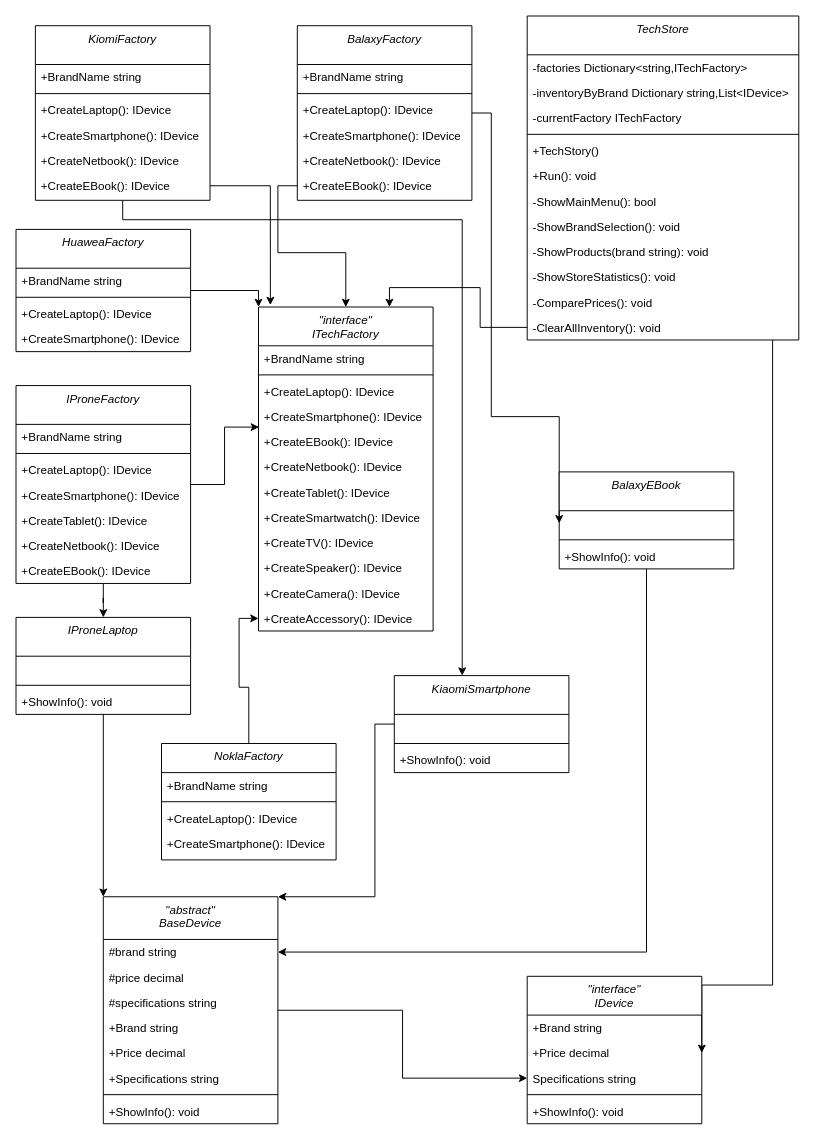
Before: lab-2/task-2/Діаграма для 2 завдання.drawio in Viktor-pixel-scet/Software-design-and-development, a draw.io diagram. Source tidied: cells renumbered, new cells numbered last; positions are measured from the earlier drawing's top-left corner, leaving out a move shared by most shapes. Both pictures are drawn from the tidied source at 97%, with x=0, y=0 at pixel (16, 16).
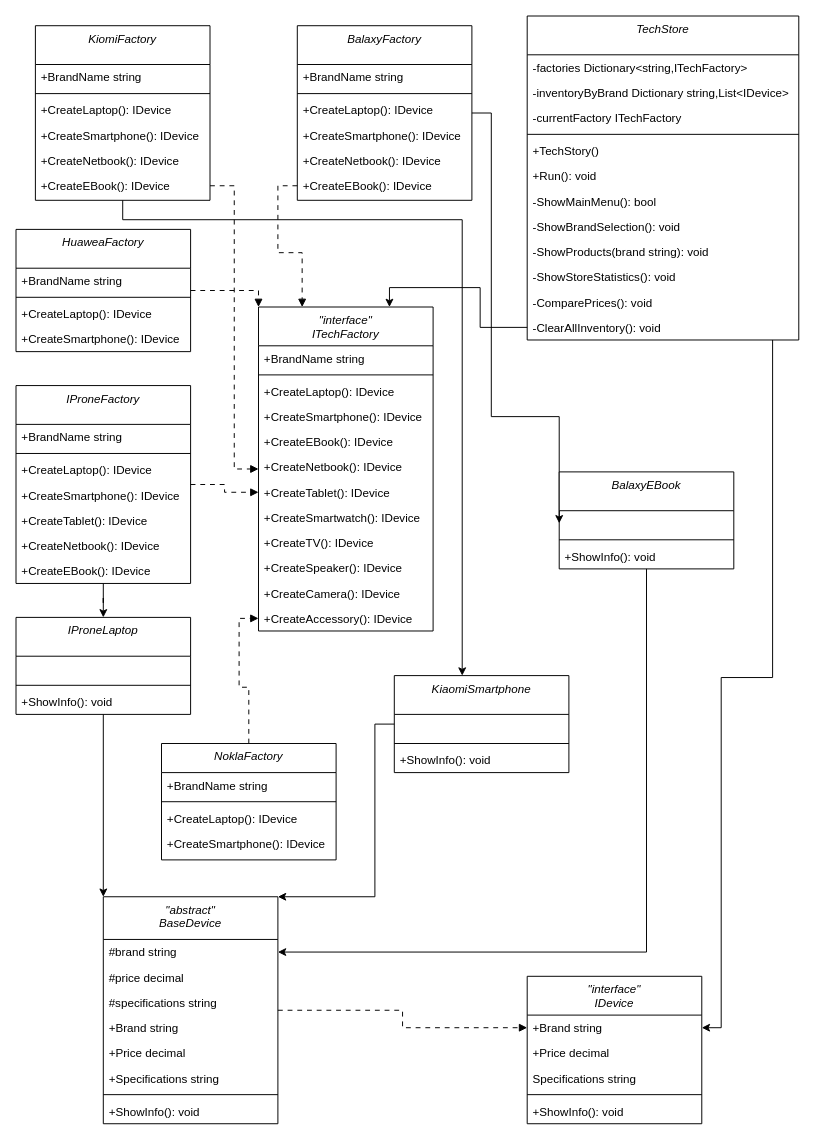
After the change.

The change refers to these unchanged cells:
```xml
<mxCell id="2" value="&quot;interface&quot;&#10;ITechFactory" style="swimlane;fontStyle=2;align=center;verticalAlign=top;horizontal=1;startSize=40;rounded=0;shadow=0;strokeWidth=1;" parent="1" vertex="1">
  <mxGeometry x="250" y="300" width="180" height="334" as="geometry" />
</mxCell>
<mxCell id="6" value="+CreateSmartphone(): IDevice" style="text;align=left;verticalAlign=top;spacingLeft=4;spacingRight=4;overflow=hidden;points=[[0,0.5],[1,0.5]];portConstraint=eastwest;rounded=0;shadow=0;html=0;" parent="2" vertex="1">
  <mxGeometry y="100" width="180" height="26" as="geometry" />
</mxCell>
<mxCell id="9" value="+CreateTablet(): IDevice" style="text;align=left;verticalAlign=top;spacingLeft=4;spacingRight=4;overflow=hidden;points=[[0,0.5],[1,0.5]];portConstraint=eastwest;" parent="2" vertex="1">
  <mxGeometry y="178" width="180" height="26" as="geometry" />
</mxCell>
<mxCell id="14" value="+CreateAccessory(): IDevice" style="text;align=left;verticalAlign=top;spacingLeft=4;spacingRight=4;overflow=hidden;points=[[0,0.5],[1,0.5]];portConstraint=eastwest;" parent="2" vertex="1">
  <mxGeometry y="308" width="180" height="26" as="geometry" />
</mxCell>
<mxCell id="16" value="TechStore" style="swimlane;fontStyle=2;align=center;verticalAlign=top;horizontal=1;startSize=40;rounded=0;shadow=0;strokeWidth=1;" parent="1" vertex="1">
  <mxGeometry x="527" width="280" height="334" as="geometry" />
</mxCell>
<mxCell id="28" value="-ClearAllInventory(): void" style="text;align=left;verticalAlign=top;spacingLeft=4;spacingRight=4;overflow=hidden;points=[[0,0.5],[1,0.5]];portConstraint=eastwest;" parent="16" vertex="1">
  <mxGeometry y="308" width="280" height="26" as="geometry" />
</mxCell>
<mxCell id="37" value="+CreateEBook(): IDevice" style="text;align=left;verticalAlign=top;spacingLeft=4;spacingRight=4;overflow=hidden;points=[[0,0.5],[1,0.5]];portConstraint=eastwest;" parent="31" vertex="1">
  <mxGeometry y="152" width="180" height="26" as="geometry" />
</mxCell>
<mxCell id="46" value="+CreateEBook(): IDevice" style="text;align=left;verticalAlign=top;spacingLeft=4;spacingRight=4;overflow=hidden;points=[[0,0.5],[1,0.5]];portConstraint=eastwest;" parent="40" vertex="1">
  <mxGeometry y="152" width="180" height="26" as="geometry" />
</mxCell>
<mxCell id="48" value="HuaweaFactory" style="swimlane;fontStyle=2;align=center;verticalAlign=top;horizontal=1;startSize=40;rounded=0;shadow=0;strokeWidth=1;" parent="1" vertex="1">
  <mxGeometry y="220" width="180" height="126" as="geometry" />
</mxCell>
<mxCell id="54" value="IProneFactory" style="swimlane;fontStyle=2;align=center;verticalAlign=top;horizontal=1;startSize=40;rounded=0;shadow=0;strokeWidth=1;" parent="1" vertex="1">
  <mxGeometry y="381" width="180" height="204" as="geometry" />
</mxCell>
<mxCell id="70" value="NoklaFactory" style="swimlane;fontStyle=2;align=center;verticalAlign=top;horizontal=1;startSize=30;rounded=0;shadow=0;strokeWidth=1;" parent="1" vertex="1">
  <mxGeometry x="150" y="750" width="180" height="120" as="geometry" />
</mxCell>
<mxCell id="86" value="+Brand string" style="text;align=left;verticalAlign=top;spacingLeft=4;spacingRight=4;overflow=hidden;points=[[0,0.5],[1,0.5]];portConstraint=eastwest;" parent="85" vertex="1">
  <mxGeometry y="40" width="180" height="26" as="geometry" />
</mxCell>
<mxCell id="87" value="+Price decimal" style="text;align=left;verticalAlign=top;spacingLeft=4;spacingRight=4;overflow=hidden;points=[[0,0.5],[1,0.5]];portConstraint=eastwest;" parent="85" vertex="1">
  <mxGeometry y="66" width="180" height="26" as="geometry" />
</mxCell>
<mxCell id="88" value="Specifications string" style="text;align=left;verticalAlign=top;spacingLeft=4;spacingRight=4;overflow=hidden;points=[[0,0.5],[1,0.5]];portConstraint=eastwest;" parent="85" vertex="1">
  <mxGeometry y="92" width="180" height="26" as="geometry" />
</mxCell>
<mxCell id="92" value="&quot;abstract&quot;&#10;BaseDevice" style="swimlane;fontStyle=2;align=center;verticalAlign=top;horizontal=1;startSize=44;rounded=0;shadow=0;strokeWidth=1;" parent="1" vertex="1">
  <mxGeometry x="90" y="908" width="180" height="234" as="geometry" />
</mxCell>
```

Diff of the diagram source:
```diff
@@
-    <mxCell id="15" style="edgeStyle=orthogonalEdgeStyle;rounded=0;jettySize=auto;html=1;entryX=1;entryY=0.5;entryDx=0;entryDy=0;" parent="1" edge="1" source="16" target="87">
-      <mxGeometry relative="1" as="geometry">
-        <Array as="points">
-          <mxPoint x="780" y="999" />
-        </Array>
-      </mxGeometry>
-    </mxCell>
@@
-    <mxCell id="38" style="edgeStyle=orthogonalEdgeStyle;rounded=0;jettySize=auto;html=1;entryX=0.5;entryY=0;entryDx=0;entryDy=0;" parent="1" edge="1" source="37" target="2">
+    <mxCell id="38" style="edgeStyle=orthogonalEdgeStyle;rounded=0;jettySize=auto;html=1;dashed=1;dashPattern=5 5;endArrow=block;entryX=0.25;entryY=0;entryDx=0;entryDy=0;" parent="1" edge="1" source="37" target="2">
       <mxGeometry relative="1" as="geometry" />
     </mxCell>
@@
-    <mxCell id="47" style="edgeStyle=orthogonalEdgeStyle;rounded=0;jettySize=auto;html=1;entryX=0;entryY=0;entryDx=0;entryDy=0;" parent="1" edge="1" source="48" target="2">
+    <mxCell id="47" style="edgeStyle=orthogonalEdgeStyle;rounded=0;jettySize=auto;html=1;dashed=1;dashPattern=5 5;endArrow=block;entryX=0;entryY=0;entryDx=0;entryDy=0;" parent="1" edge="1" source="48" target="2">
       <mxGeometry relative="1" as="geometry">
         <Array as="points">
           <mxPoint x="250" y="283" />
         </Array>
       </mxGeometry>
     </mxCell>
@@
-    <mxCell id="62" style="edgeStyle=orthogonalEdgeStyle;rounded=0;jettySize=auto;html=1;entryX=0.003;entryY=0.916;entryDx=0;entryDy=0;entryPerimeter=0;" parent="1" edge="1" source="54" target="6">
+    <mxCell id="62" style="edgeStyle=orthogonalEdgeStyle;rounded=0;jettySize=auto;html=1;dashed=1;dashPattern=5 5;endArrow=block;entryX=0;entryY=0.5;entryDx=0;entryDy=0;" parent="1" edge="1" source="54" target="9">
       <mxGeometry relative="1" as="geometry" />
     </mxCell>
@@
-    <mxCell id="68" style="edgeStyle=orthogonalEdgeStyle;rounded=0;jettySize=auto;html=1;entryX=0.068;entryY=-0.006;entryDx=0;entryDy=0;entryPerimeter=0;" parent="1" edge="1" source="46" target="2">
+    <mxCell id="68" style="edgeStyle=orthogonalEdgeStyle;rounded=0;jettySize=auto;html=1;dashed=1;dashPattern=5 5;endArrow=block;entryX=0;entryY=0.5;entryDx=0;entryDy=0;" parent="1" edge="1" source="46" target="2">
       <mxGeometry relative="1" as="geometry" />
     </mxCell>
-    <mxCell id="69" style="edgeStyle=orthogonalEdgeStyle;rounded=0;jettySize=auto;html=1;entryX=0;entryY=0.5;entryDx=0;entryDy=0;" parent="1" edge="1" source="70" target="14">
+    <mxCell id="69" style="edgeStyle=orthogonalEdgeStyle;rounded=0;jettySize=auto;html=1;dashed=1;dashPattern=5 5;endArrow=block;entryX=0;entryY=0.5;entryDx=0;entryDy=0;" parent="1" edge="1" source="70" target="14">
       <mxGeometry relative="1" as="geometry" />
     </mxCell>
@@
-    <mxCell id="91" style="edgeStyle=orthogonalEdgeStyle;rounded=0;jettySize=auto;html=1;entryX=0;entryY=0.5;entryDx=0;entryDy=0;" parent="1" edge="1" source="92" target="88">
-      <mxGeometry relative="1" as="geometry" />
-    </mxCell>
+    <mxCell id="101" style="edgeStyle=orthogonalEdgeStyle;rounded=0;jettySize=auto;html=1;dashed=1;dashPattern=5 5;endArrow=block;entryX=0;entryY=0.5;entryDx=0;entryDy=0;" parent="1" edge="1" source="92" target="86">
+      <mxGeometry relative="1" as="geometry" />
+    </mxCell>
@@
+    <mxCell id="102" style="edgeStyle=orthogonalEdgeStyle;rounded=0;jettySize=auto;html=1;entryX=1;entryY=0.5;entryDx=0;entryDy=0;" parent="1" edge="1" source="28" target="86">
+      <mxGeometry relative="1" as="geometry">
+        <Array as="points">
+          <mxPoint x="780" y="682" />
+          <mxPoint x="727" y="682" />
+          <mxPoint x="727" y="1043" />
+        </Array>
+      </mxGeometry>
+    </mxCell>
```
